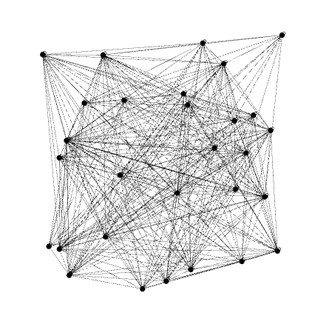
isailg/GraphLibrary keeps this Graphviz diagram as Graph Images/GeograficoSimple30.png. Above is the earlier version. Its source is kept beside it as GraphViz/GeograficoSimple30.gv.
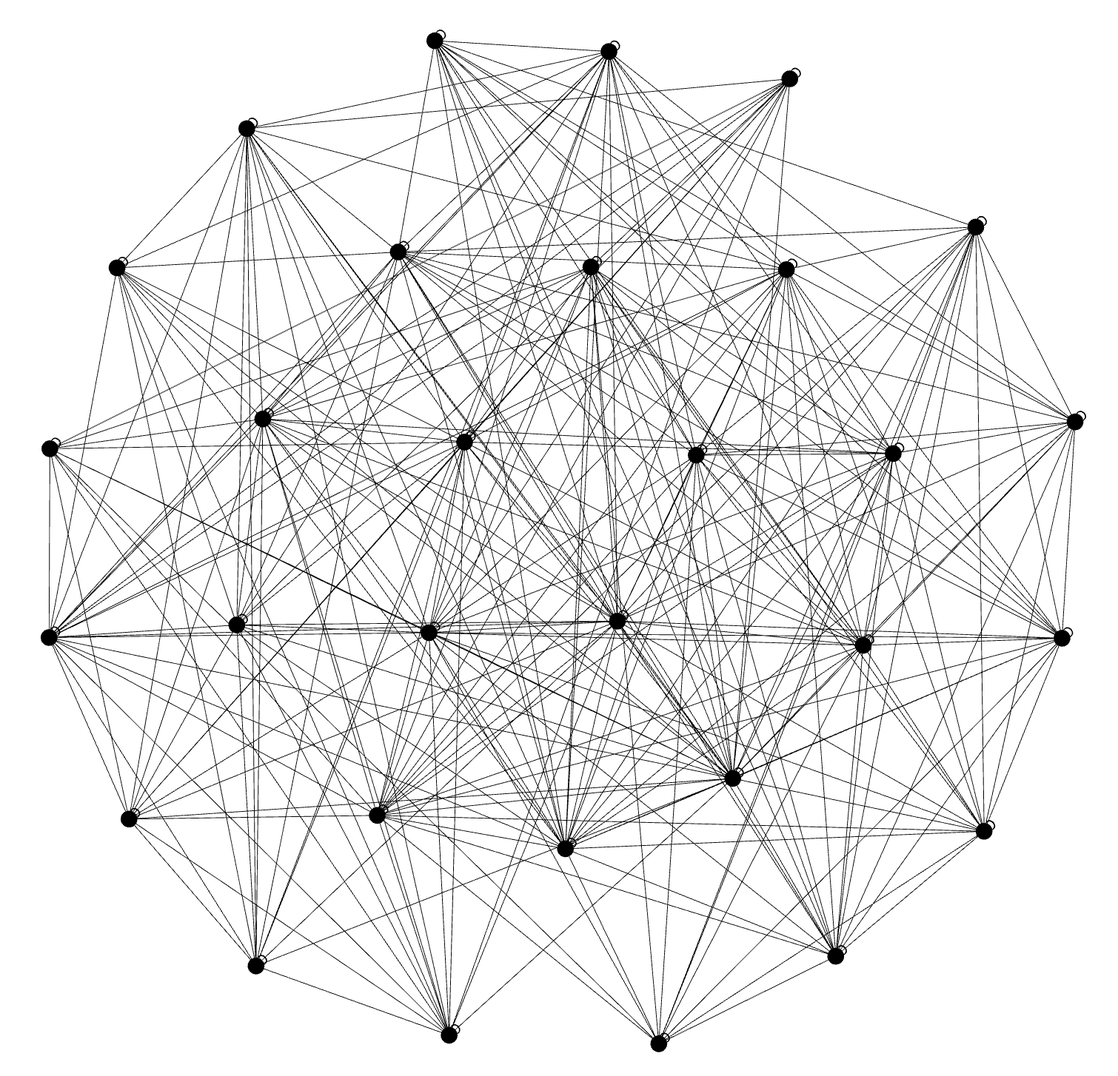
Above is the later version.

What changed in the source:
```diff
@@ -1,39 +1,49 @@
-graph GeograficoSimple30 {
+graph GeneratedGraphs(.gv)/GeograficoSimple30 {
 0 -- 0;
+0 -- 1;
 0 -- 2;
 0 -- 3;
-0 -- 4;
-0 -- 5;
 0 -- 6;
+0 -- 7;
 0 -- 8;
+0 -- 9;
 0 -- 10;
+0 -- 11;
+0 -- 12;
 0 -- 13;
+0 -- 14;
+0 -- 15;
 0 -- 16;
+0 -- 17;
 0 -- 18;
+0 -- 19;
 0 -- 20;
+0 -- 21;
 0 -- 23;
+0 -- 24;
+0 -- 25;
 0 -- 26;
 0 -- 27;
+0 -- 28;
 0 -- 29;
 1 -- 1;
 1 -- 2;
+1 -- 3;
 1 -- 4;
-1 -- 5;
 1 -- 6;
+1 -- 7;
+1 -- 8;
 1 -- 9;
 1 -- 11;
-1 -- 12;
-1 -- 13;
 1 -- 14;
-1 -- 15;
-1 -- 16;
-1 -- 17;
+1 -- 18;
 1 -- 19;
+1 -- 20;
 1 -- 21;
-1 -- 22;
 1 -- 23;
-1 -- 28;
-1 -- 29;
+1 -- 24;
+1 -- 25;
+1 -- 27;
 2 -- 2;
 2 -- 3;
 2 -- 4;
@@ -41,87 +51,55 @@
 2 -- 6;
 2 -- 8;
 2 -- 9;
-2 -- 10;
-2 -- 11;
 2 -- 12;
 2 -- 13;
-2 -- 14;
-2 -- 15;
 2 -- 16;
-2 -- 17;
 2 -- 18;
-2 -- 19;
 2 -- 20;
 2 -- 21;
 2 -- 22;
 2 -- 23;
-2 -- 24;
-2 -- 26;
-2 -- 27;
-2 -- 28;
-2 -- 29;
+2 -- 25;
 3 -- 3;
 3 -- 4;
 3 -- 6;
 3 -- 7;
+3 -- 8;
 3 -- 9;
-3 -- 10;
 3 -- 11;
 3 -- 12;
-3 -- 13;
-3 -- 15;
+3 -- 14;
 3 -- 16;
-3 -- 17;
 3 -- 18;
+3 -- 19;
+3 -- 20;
 3 -- 21;
-3 -- 22;
 3 -- 23;
 3 -- 24;
 3 -- 25;
-3 -- 26;
 3 -- 27;
-3 -- 28;
-3 -- 29;
 4 -- 4;
 4 -- 5;
-4 -- 6;
 4 -- 7;
 4 -- 8;
 4 -- 9;
-4 -- 10;
-4 -- 11;
-4 -- 12;
-4 -- 13;
-4 -- 14;
-4 -- 15;
-4 -- 16;
-4 -- 17;
 4 -- 18;
-4 -- 19;
 4 -- 20;
 4 -- 21;
-4 -- 22;
 4 -- 23;
-4 -- 24;
 4 -- 25;
-4 -- 26;
-4 -- 27;
-4 -- 28;
-4 -- 29;
 5 -- 5;
 5 -- 6;
 5 -- 8;
-5 -- 10;
+5 -- 12;
 5 -- 13;
-5 -- 14;
 5 -- 16;
-5 -- 18;
-5 -- 19;
-5 -- 20;
-5 -- 23;
+5 -- 17;
+5 -- 22;
+5 -- 25;
 5 -- 26;
-5 -- 29;
 6 -- 6;
+6 -- 7;
 6 -- 8;
 6 -- 9;
 6 -- 10;
@@ -139,80 +117,74 @@
 6 -- 22;
 6 -- 23;
 6 -- 24;
+6 -- 25;
 6 -- 26;
 6 -- 27;
 6 -- 28;
 6 -- 29;
 7 -- 7;
+7 -- 8;
 7 -- 9;
-7 -- 10;
 7 -- 11;
-7 -- 12;
-7 -- 13;
-7 -- 15;
-7 -- 16;
-7 -- 17;
+7 -- 14;
+7 -- 18;
+7 -- 20;
 7 -- 21;
-7 -- 22;
+7 -- 23;
 7 -- 24;
-7 -- 25;
-7 -- 26;
 7 -- 27;
-7 -- 28;
-7 -- 29;
 8 -- 8;
-8 -- 10;
+8 -- 9;
+8 -- 12;
 8 -- 13;
-8 -- 14;
 8 -- 16;
+8 -- 17;
 8 -- 18;
-8 -- 19;
 8 -- 20;
+8 -- 21;
+8 -- 22;
 8 -- 23;
-8 -- 29;
+8 -- 25;
+8 -- 26;
+8 -- 27;
 9 -- 9;
 9 -- 11;
 9 -- 12;
-9 -- 13;
-9 -- 15;
+9 -- 14;
 9 -- 16;
-9 -- 17;
+9 -- 18;
 9 -- 19;
+9 -- 20;
 9 -- 21;
-9 -- 22;
+9 -- 23;
 9 -- 24;
 9 -- 25;
 9 -- 27;
-9 -- 28;
-9 -- 29;
 10 -- 10;
 10 -- 11;
+10 -- 12;
 10 -- 13;
 10 -- 15;
 10 -- 16;
 10 -- 17;
 10 -- 18;
-10 -- 21;
+10 -- 19;
 10 -- 22;
-10 -- 23;
-10 -- 24;
 10 -- 25;
 10 -- 26;
 10 -- 27;
 10 -- 28;
 10 -- 29;
 11 -- 11;
-11 -- 12;
 11 -- 13;
+11 -- 14;
 11 -- 15;
 11 -- 16;
-11 -- 17;
 11 -- 18;
+11 -- 19;
+11 -- 20;
 11 -- 21;
-11 -- 22;
 11 -- 24;
-11 -- 25;
-11 -- 26;
 11 -- 27;
 11 -- 28;
 11 -- 29;
@@ -221,129 +193,100 @@
 12 -- 15;
 12 -- 16;
 12 -- 17;
-12 -- 21;
+12 -- 18;
+12 -- 19;
 12 -- 22;
-12 -- 24;
 12 -- 25;
+12 -- 26;
 12 -- 27;
 12 -- 28;
 12 -- 29;
 13 -- 13;
-13 -- 14;
 13 -- 15;
 13 -- 16;
 13 -- 17;
 13 -- 18;
 13 -- 19;
-13 -- 20;
-13 -- 21;
 13 -- 22;
-13 -- 23;
-13 -- 24;
 13 -- 25;
 13 -- 26;
 13 -- 27;
 13 -- 28;
 13 -- 29;
 14 -- 14;
-14 -- 16;
+14 -- 18;
 14 -- 19;
 14 -- 20;
-14 -- 23;
-14 -- 28;
+14 -- 21;
+14 -- 24;
+14 -- 27;
 15 -- 15;
 15 -- 16;
 15 -- 17;
 15 -- 18;
-15 -- 21;
+15 -- 19;
 15 -- 22;
-15 -- 24;
 15 -- 25;
 15 -- 26;
-15 -- 27;
 15 -- 28;
 15 -- 29;
 16 -- 16;
 16 -- 17;
 16 -- 18;
 16 -- 19;
-16 -- 20;
-16 -- 21;
 16 -- 22;
-16 -- 23;
-16 -- 24;
 16 -- 25;
 16 -- 26;
 16 -- 27;
 16 -- 28;
 16 -- 29;
 17 -- 17;
-17 -- 18;
-17 -- 21;
 17 -- 22;
-17 -- 23;
-17 -- 24;
 17 -- 25;
 17 -- 26;
-17 -- 27;
 17 -- 28;
-17 -- 29;
 18 -- 18;
+18 -- 19;
+18 -- 20;
 18 -- 21;
-18 -- 22;
 18 -- 23;
 18 -- 24;
 18 -- 25;
-18 -- 26;
 18 -- 27;
 18 -- 29;
 19 -- 19;
-19 -- 20;
-19 -- 21;
-19 -- 22;
-19 -- 23;
+19 -- 24;
+19 -- 25;
+19 -- 27;
 19 -- 28;
+19 -- 29;
 20 -- 20;
+20 -- 21;
 20 -- 23;
+20 -- 24;
+20 -- 25;
+20 -- 27;
 21 -- 21;
-21 -- 22;
+21 -- 23;
 21 -- 24;
 21 -- 25;
-21 -- 26;
 21 -- 27;
-21 -- 28;
-21 -- 29;
 22 -- 22;
-22 -- 23;
-22 -- 24;
 22 -- 25;
 22 -- 26;
-22 -- 27;
-22 -- 28;
-22 -- 29;
 23 -- 23;
-23 -- 26;
+23 -- 24;
+23 -- 25;
 23 -- 27;
-23 -- 28;
-23 -- 29;
 24 -- 24;
-24 -- 25;
-24 -- 26;
 24 -- 27;
-24 -- 28;
-24 -- 29;
 25 -- 25;
 25 -- 26;
 25 -- 27;
-25 -- 28;
-25 -- 29;
 26 -- 26;
-26 -- 27;
 26 -- 28;
 26 -- 29;
 27 -- 27;
-27 -- 28;
-27 -- 29;
 28 -- 28;
 28 -- 29;
 29 -- 29;
```
